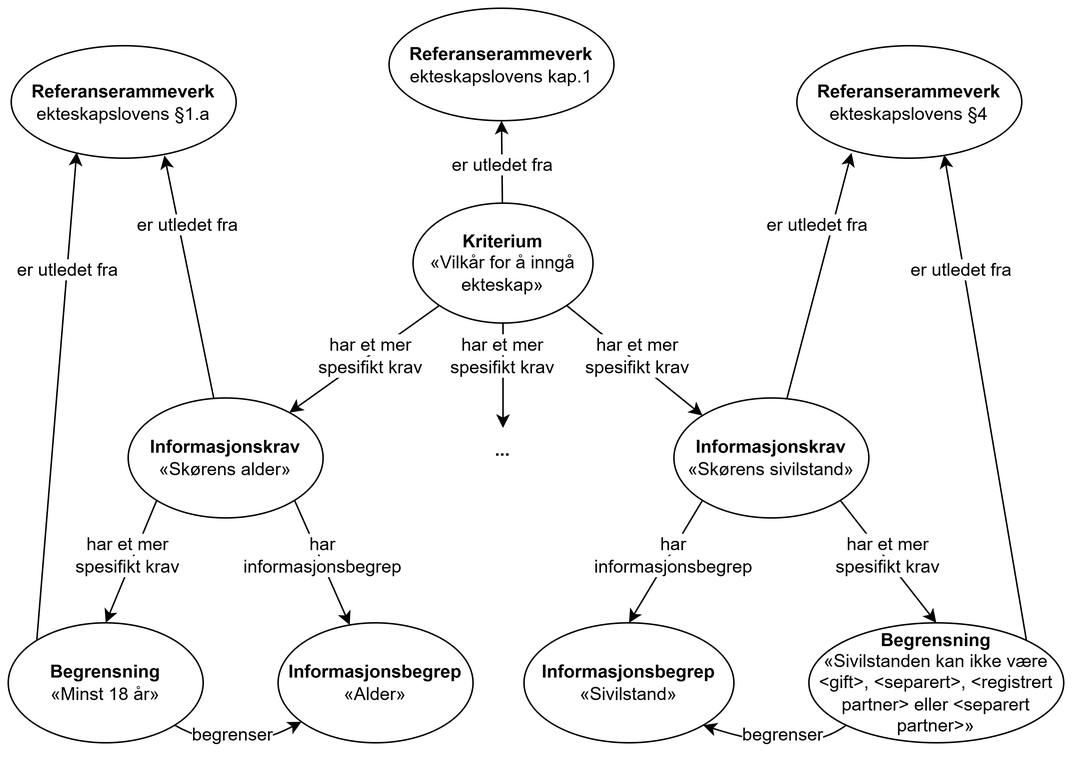
Earlier version of the draw.io export docs/images/Figur-eksempelbruk-krav-utledet-fra-regelverk.png (Informasjonsforvaltning/cccev-ap-no). Source tidied: cells renumbered, new cells last; positions are measured from the earlier drawing's top-left corner, leaving out a move shared by most shapes.
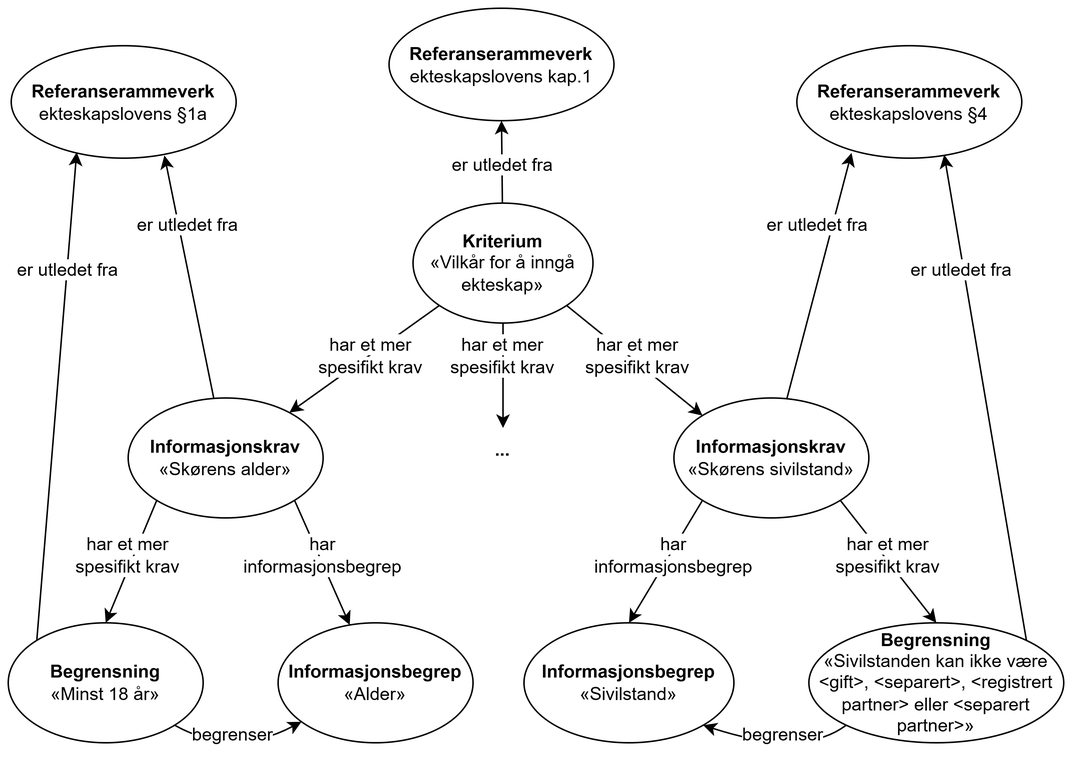
After the change.

Commit message:
oppdaterer tema KnytteTilRegelverk

Change to the diagram source:
```diff
@@ -97,7 +97,7 @@
     <mxCell id="30" value="&lt;span style=&quot;background-color: light-dark(#ffffff, var(--ge-dark-color, #121212));&quot;&gt;er utledet fra&lt;/span&gt;" style="text;html=1;whiteSpace=wrap;strokeColor=none;fillColor=none;align=center;verticalAlign=middle;rounded=0;" parent="1" vertex="1">
       <mxGeometry x="290" y="90" width="80" height="30" as="geometry" />
     </mxCell>
-    <mxCell id="31" value="&lt;b&gt;Referanserammeverk&lt;/b&gt;&lt;div&gt;ekteskapslovens §1.a&lt;/div&gt;" style="ellipse;whiteSpace=wrap;html=1;" parent="1" vertex="1">
+    <mxCell id="31" value="&lt;b&gt;Referanserammeverk&lt;/b&gt;&lt;div&gt;ekteskapslovens §1a&lt;/div&gt;" style="ellipse;whiteSpace=wrap;html=1;" parent="1" vertex="1">
       <mxGeometry x="2" y="25" width="150" height="75" as="geometry" />
     </mxCell>
     <mxCell id="32" value="&lt;b&gt;Referanserammeverk&lt;/b&gt;&lt;div&gt;ekteskapslovens §4&lt;/div&gt;" style="ellipse;whiteSpace=wrap;html=1;" parent="1" vertex="1">
```
